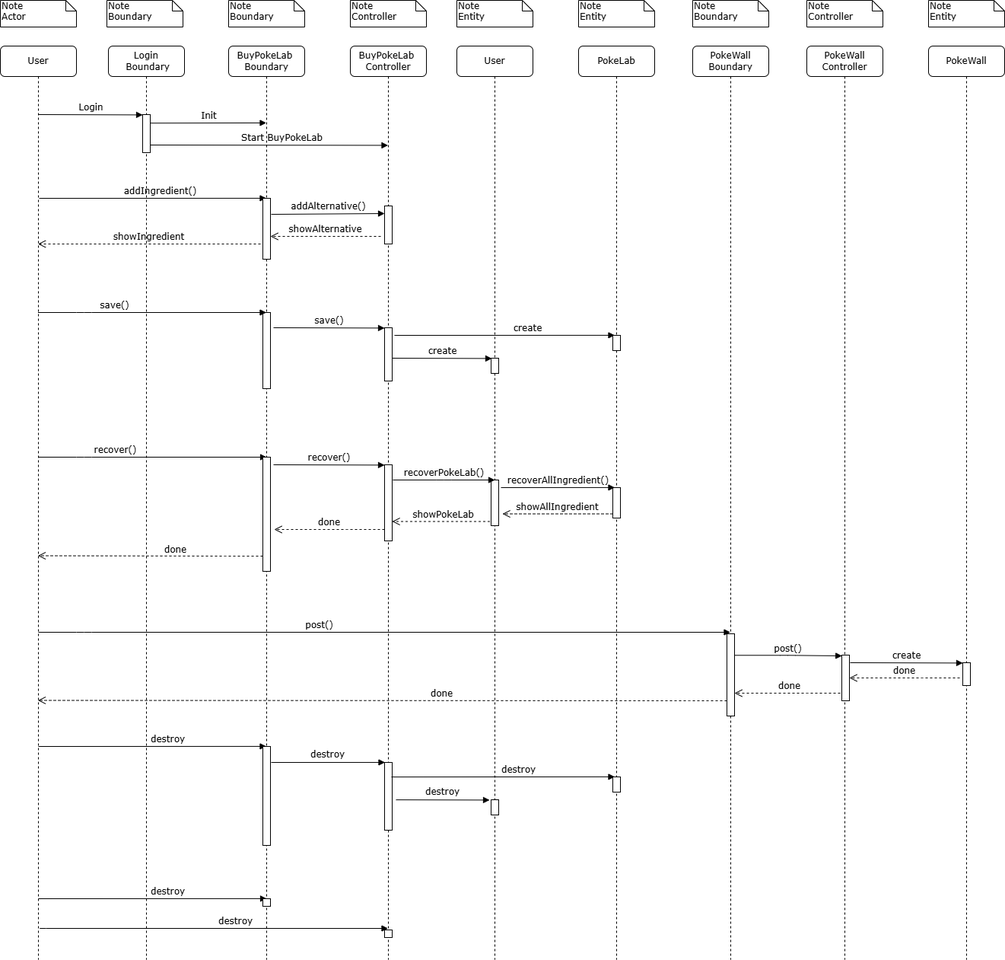
Before: diagrams/SequenceDiagram.drawio.png, a diagram exported from draw.io (matteopinfildi/YourPoke-ISPWProject). Source tidied: cells renumbered, new cells last; positions are measured from the earlier drawing's top-left corner, leaving out a move shared by most shapes.
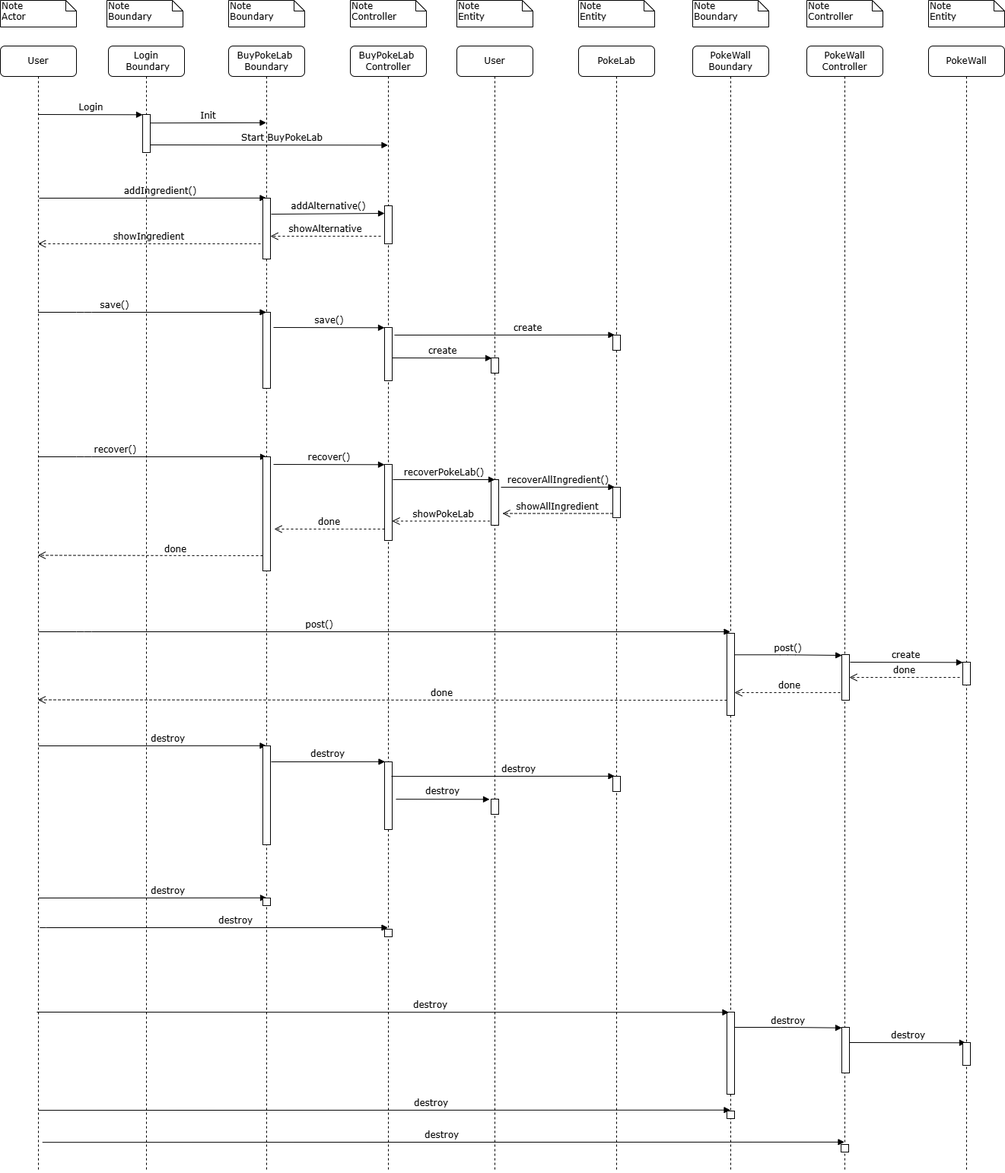
The same diagram one commit later.

The edit, as a diff of the source:
```diff
@@ -18,7 +18,7 @@
       <mxGeometry x="600" width="100" height="35" as="geometry" />
     </mxCell>
     <mxCell id="7" value="User" style="shape=umlLifeline;perimeter=lifelinePerimeter;whiteSpace=wrap;html=1;outlineConnect=0;rounded=1;shadow=0;comic=0;labelBackgroundColor=none;strokeWidth=1;fontFamily=Verdana;fontSize=12;align=center;" parent="1" vertex="1">
-      <mxGeometry y="60" width="100" height="1200" as="geometry" />
+      <mxGeometry y="60" width="100" height="1480" as="geometry" />
     </mxCell>
     <mxCell id="8" value="addIngredient()" style="html=1;verticalAlign=bottom;endArrow=block;labelBackgroundColor=none;fontFamily=Verdana;fontSize=12;edgeStyle=elbowEdgeStyle;elbow=vertical;" parent="7" edge="1" target="16">
       <mxGeometry x="0.07" relative="1" as="geometry">
@@ -31,7 +31,7 @@
       </mxGeometry>
     </mxCell>
     <mxCell id="10" value="Login&lt;div&gt;&amp;nbsp;Boundary&lt;/div&gt;" style="shape=umlLifeline;perimeter=lifelinePerimeter;whiteSpace=wrap;html=1;rounded=1;shadow=0;comic=0;labelBackgroundColor=none;strokeWidth=1;fontFamily=Verdana;fontSize=12;align=center;" parent="1" vertex="1">
-      <mxGeometry x="142" y="60" width="100" height="1200" as="geometry" />
+      <mxGeometry x="142" y="60" width="100" height="1480" as="geometry" />
     </mxCell>
     <mxCell id="11" style="html=1;points=[];perimeter=orthogonalPerimeter;rounded=0;shadow=0;comic=0;labelBackgroundColor=none;strokeWidth=1;fontFamily=Verdana;fontSize=12;align=center;" parent="10" vertex="1">
       <mxGeometry x="45" y="90" width="10" height="50" as="geometry" />
@@ -69,7 +69,7 @@
       </mxGeometry>
     </mxCell>
     <mxCell id="16" value="BuyPokeLab&amp;nbsp;&lt;div&gt;Boundary&lt;/div&gt;" style="shape=umlLifeline;perimeter=lifelinePerimeter;whiteSpace=wrap;html=1;outlineConnect=0;rounded=1;shadow=0;comic=0;labelBackgroundColor=none;strokeWidth=1;fontFamily=Verdana;fontSize=12;align=center;" parent="1" vertex="1">
-      <mxGeometry x="300" y="60" width="100" height="1200" as="geometry" />
+      <mxGeometry x="300" y="60" width="100" height="1480" as="geometry" />
     </mxCell>
     <mxCell id="17" style="html=1;points=[];perimeter=orthogonalPerimeter;rounded=0;shadow=0;comic=0;labelBackgroundColor=none;strokeWidth=1;fontFamily=Verdana;fontSize=12;align=center;" parent="16" vertex="1">
       <mxGeometry x="45" y="200" width="10" height="80" as="geometry" />
@@ -97,7 +97,7 @@
       <mxGeometry x="0.01" relative="1" as="geometry" />
     </mxCell>
     <mxCell id="23" value="BuyPokeLab&amp;nbsp;&lt;div&gt;Controller&lt;/div&gt;" style="shape=umlLifeline;perimeter=lifelinePerimeter;whiteSpace=wrap;html=1;outlineConnect=0;rounded=1;shadow=0;comic=0;labelBackgroundColor=none;strokeWidth=1;fontFamily=Verdana;fontSize=12;align=center;" parent="1" vertex="1">
-      <mxGeometry x="460" y="60" width="100" height="1200" as="geometry" />
+      <mxGeometry x="460" y="60" width="100" height="1480" as="geometry" />
     </mxCell>
     <mxCell id="24" style="html=1;perimeter=orthogonalPerimeter;rounded=0;shadow=0;comic=0;labelBackgroundColor=none;strokeWidth=1;fontFamily=Verdana;fontSize=12;align=center;" parent="23" vertex="1">
       <mxGeometry x="45" y="210" width="10" height="50" as="geometry" />
@@ -143,13 +143,19 @@
     <mxCell id="32" style="html=1;perimeter=orthogonalPerimeter;rounded=0;shadow=0;comic=0;labelBackgroundColor=none;strokeWidth=1;fontFamily=Verdana;fontSize=12;align=center;" parent="23" vertex="1">
       <mxGeometry x="45" y="1161" width="10" height="10" as="geometry" />
     </mxCell>
+    <mxCell id="71" value="destroy" style="html=1;verticalAlign=bottom;endArrow=block;labelBackgroundColor=none;fontFamily=Verdana;fontSize=12;edgeStyle=elbowEdgeStyle;elbow=vertical;" parent="23" edge="1">
+      <mxGeometry relative="1" as="geometry">
+        <mxPoint x="-404.8" y="1441.2" as="sourcePoint" />
+        <mxPoint x="649.5" y="1441.5" as="targetPoint" />
+      </mxGeometry>
+    </mxCell>
     <mxCell id="33" value="Start BuyPokeLab" style="html=1;verticalAlign=bottom;endArrow=block;labelBackgroundColor=none;fontFamily=Verdana;fontSize=12;edgeStyle=elbowEdgeStyle;elbow=vertical;exitX=1;exitY=0.225;exitDx=0;exitDy=0;exitPerimeter=0;" parent="1" edge="1" target="23">
       <mxGeometry x="0.11" relative="1" as="geometry">
         <mxPoint x="197" y="190" as="sourcePoint" />
       </mxGeometry>
     </mxCell>
     <mxCell id="34" value="User" style="shape=umlLifeline;perimeter=lifelinePerimeter;whiteSpace=wrap;html=1;outlineConnect=0;rounded=1;shadow=0;comic=0;labelBackgroundColor=none;strokeWidth=1;fontFamily=Verdana;fontSize=12;align=center;" parent="1" vertex="1">
-      <mxGeometry x="600" y="60" width="100" height="1200" as="geometry" />
+      <mxGeometry x="600" y="60" width="100" height="1480" as="geometry" />
     </mxCell>
     <mxCell id="35" value="create" style="html=1;verticalAlign=bottom;endArrow=block;labelBackgroundColor=none;fontFamily=Verdana;fontSize=12;edgeStyle=elbowEdgeStyle;elbow=vertical;" parent="34" edge="1">
       <mxGeometry x="0.21" relative="1" as="geometry">
@@ -182,7 +188,7 @@
       <mxGeometry x="760" width="100" height="35" as="geometry" />
     </mxCell>
     <mxCell id="42" value="PokeLab" style="shape=umlLifeline;perimeter=lifelinePerimeter;whiteSpace=wrap;html=1;rounded=1;shadow=0;comic=0;labelBackgroundColor=none;strokeWidth=1;fontFamily=Verdana;fontSize=12;align=center;" parent="1" vertex="1">
-      <mxGeometry x="760" y="60" width="100" height="1200" as="geometry" />
+      <mxGeometry x="760" y="60" width="100" height="1480" as="geometry" />
     </mxCell>
     <mxCell id="43" style="html=1;perimeter=orthogonalPerimeter;rounded=0;shadow=0;comic=0;labelBackgroundColor=none;strokeWidth=1;fontFamily=Verdana;fontSize=12;align=center;" parent="42" vertex="1">
       <mxGeometry x="45" y="380" width="10" height="20" as="geometry" />
@@ -249,7 +255,7 @@
       <mxGeometry x="910" width="100" height="35" as="geometry" />
     </mxCell>
     <mxCell id="54" value="PokeWall&lt;div&gt;Boundary&lt;/div&gt;" style="shape=umlLifeline;perimeter=lifelinePerimeter;whiteSpace=wrap;html=1;outlineConnect=0;rounded=1;shadow=0;comic=0;labelBackgroundColor=none;strokeWidth=1;fontFamily=Verdana;fontSize=12;align=center;" parent="1" vertex="1">
-      <mxGeometry x="910" y="60" width="100" height="1200" as="geometry" />
+      <mxGeometry x="910" y="60" width="100" height="1480" as="geometry" />
     </mxCell>
     <mxCell id="55" style="html=1;perimeter=orthogonalPerimeter;rounded=0;shadow=0;comic=0;labelBackgroundColor=none;strokeWidth=1;fontFamily=Verdana;fontSize=12;align=center;" parent="54" vertex="1">
       <mxGeometry x="45" y="772" width="10" height="108" as="geometry" />
@@ -269,24 +275,42 @@
         </Array>
       </mxGeometry>
     </mxCell>
+    <mxCell id="72" style="html=1;perimeter=orthogonalPerimeter;rounded=0;shadow=0;comic=0;labelBackgroundColor=none;strokeWidth=1;fontFamily=Verdana;fontSize=12;align=center;" parent="54" vertex="1">
+      <mxGeometry x="45" y="1270" width="10" height="108" as="geometry" />
+    </mxCell>
     <mxCell id="58" value="Note&lt;div&gt;Controller&lt;/div&gt;" style="shape=note;whiteSpace=wrap;html=1;size=14;verticalAlign=top;align=left;spacingTop=-6;rounded=0;shadow=0;comic=0;labelBackgroundColor=none;strokeWidth=1;fontFamily=Verdana;fontSize=12;" parent="1" vertex="1">
       <mxGeometry x="1060" width="100" height="35" as="geometry" />
     </mxCell>
     <mxCell id="59" value="PokeWall&lt;div&gt;Controller&lt;/div&gt;" style="shape=umlLifeline;perimeter=lifelinePerimeter;whiteSpace=wrap;html=1;rounded=1;shadow=0;comic=0;labelBackgroundColor=none;strokeWidth=1;fontFamily=Verdana;fontSize=12;align=center;" parent="1" vertex="1">
-      <mxGeometry x="1060" y="60" width="100" height="1200" as="geometry" />
+      <mxGeometry x="1060" y="60" width="100" height="1480" as="geometry" />
     </mxCell>
     <mxCell id="60" style="html=1;points=[];perimeter=orthogonalPerimeter;rounded=0;shadow=0;comic=0;labelBackgroundColor=none;strokeWidth=1;fontFamily=Verdana;fontSize=12;align=center;" parent="59" vertex="1">
       <mxGeometry x="46" y="800" width="10" height="60" as="geometry" />
     </mxCell>
+    <mxCell id="73" value="destroy" style="html=1;verticalAlign=bottom;endArrow=block;labelBackgroundColor=none;fontFamily=Verdana;fontSize=12;edgeStyle=elbowEdgeStyle;elbow=vertical;" parent="59" edge="1">
+      <mxGeometry relative="1" as="geometry">
+        <mxPoint x="56" y="1310" as="sourcePoint" />
+        <mxPoint x="209" y="1310" as="targetPoint" />
+      </mxGeometry>
+    </mxCell>
+    <mxCell id="74" style="html=1;perimeter=orthogonalPerimeter;rounded=0;shadow=0;comic=0;labelBackgroundColor=none;strokeWidth=1;fontFamily=Verdana;fontSize=12;align=center;" parent="59" vertex="1">
+      <mxGeometry x="46" y="1290" width="10" height="60" as="geometry" />
+    </mxCell>
+    <mxCell id="75" style="html=1;perimeter=orthogonalPerimeter;rounded=0;shadow=0;comic=0;labelBackgroundColor=none;strokeWidth=1;fontFamily=Verdana;fontSize=12;align=center;" parent="59" vertex="1">
+      <mxGeometry x="45" y="1444" width="10" height="10" as="geometry" />
+    </mxCell>
     <mxCell id="61" value="Note&lt;div&gt;Entity&lt;/div&gt;" style="shape=note;whiteSpace=wrap;html=1;size=14;verticalAlign=top;align=left;spacingTop=-6;rounded=0;shadow=0;comic=0;labelBackgroundColor=none;strokeWidth=1;fontFamily=Verdana;fontSize=12;" parent="1" vertex="1">
       <mxGeometry x="1220" width="100" height="35" as="geometry" />
     </mxCell>
     <mxCell id="62" value="PokeWall" style="shape=umlLifeline;perimeter=lifelinePerimeter;whiteSpace=wrap;html=1;rounded=1;shadow=0;comic=0;labelBackgroundColor=none;strokeWidth=1;fontFamily=Verdana;fontSize=12;align=center;" parent="1" vertex="1">
-      <mxGeometry x="1220" y="60" width="100" height="1200" as="geometry" />
+      <mxGeometry x="1220" y="60" width="100" height="1480" as="geometry" />
     </mxCell>
     <mxCell id="63" style="html=1;points=[];perimeter=orthogonalPerimeter;rounded=0;shadow=0;comic=0;labelBackgroundColor=none;strokeWidth=1;fontFamily=Verdana;fontSize=12;align=center;" parent="62" vertex="1">
       <mxGeometry x="45" y="810" width="10" height="30" as="geometry" />
     </mxCell>
+    <mxCell id="76" style="html=1;perimeter=orthogonalPerimeter;rounded=0;shadow=0;comic=0;labelBackgroundColor=none;strokeWidth=1;fontFamily=Verdana;fontSize=12;align=center;" parent="62" vertex="1">
+      <mxGeometry x="45" y="1310" width="10" height="30" as="geometry" />
+    </mxCell>
     <mxCell id="64" value="create" style="html=1;verticalAlign=bottom;endArrow=block;labelBackgroundColor=none;fontFamily=Verdana;fontSize=12;edgeStyle=elbowEdgeStyle;elbow=vertical;" parent="1" edge="1" target="63">
       <mxGeometry relative="1" as="geometry">
         <mxPoint x="1117" y="870" as="sourcePoint" />
@@ -334,5 +358,26 @@
         </Array>
       </mxGeometry>
     </mxCell>
+    <mxCell id="77" value="destroy" style="html=1;verticalAlign=bottom;endArrow=block;labelBackgroundColor=none;fontFamily=Verdana;fontSize=12;edgeStyle=elbowEdgeStyle;elbow=vertical;" parent="1" edge="1">
+      <mxGeometry x="0.14" relative="1" as="geometry">
+        <mxPoint x="48" y="1330" as="sourcePoint" />
+        <mxPoint x="957.5" y="1329.9" as="targetPoint" />
+      </mxGeometry>
+    </mxCell>
+    <mxCell id="78" value="destroy" style="html=1;verticalAlign=bottom;endArrow=block;entryX=0.017;entryY=0.017;labelBackgroundColor=none;fontFamily=Verdana;fontSize=12;edgeStyle=elbowEdgeStyle;elbow=horizontal;entryDx=0;entryDy=0;entryPerimeter=0;" parent="1" edge="1">
+      <mxGeometry relative="1" as="geometry">
+        <mxPoint x="965" y="1350" as="sourcePoint" />
+        <mxPoint x="1106" y="1350.7" as="targetPoint" />
+      </mxGeometry>
+    </mxCell>
+    <mxCell id="79" value="destroy" style="html=1;verticalAlign=bottom;endArrow=block;labelBackgroundColor=none;fontFamily=Verdana;fontSize=12;edgeStyle=elbowEdgeStyle;elbow=vertical;" parent="1" edge="1">
+      <mxGeometry x="0.14" relative="1" as="geometry">
+        <mxPoint x="50" y="1459.1" as="sourcePoint" />
+        <mxPoint x="959.5" y="1459" as="targetPoint" />
+      </mxGeometry>
+    </mxCell>
+    <mxCell id="80" style="html=1;perimeter=orthogonalPerimeter;rounded=0;shadow=0;comic=0;labelBackgroundColor=none;strokeWidth=1;fontFamily=Verdana;fontSize=12;align=center;" parent="1" vertex="1">
+      <mxGeometry x="955" y="1460" width="10" height="10" as="geometry" />
+    </mxCell>
   </root>
 </mxGraphModel>
```
